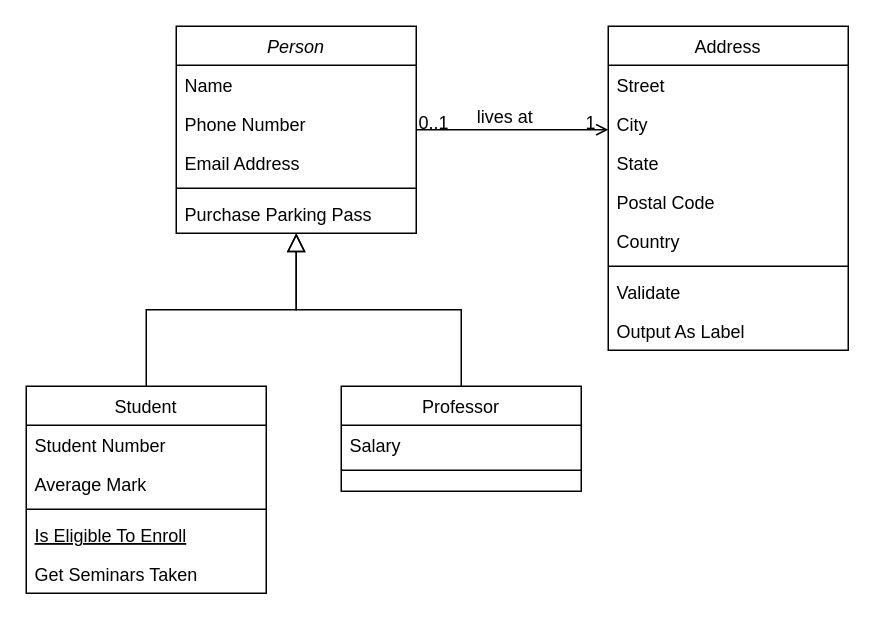
Above: Untitled Diagram.drawio in ShreyasR26/Sports_Analytics (draw.io), before the change. Source tidied: cells renumbered, new cells numbered last; positions are measured from the earlier drawing's top-left corner, leaving out a move shared by most shapes. Both pictures are drawn from the tidied source at 150%, with x=0, y=0 at pixel (26, 26).
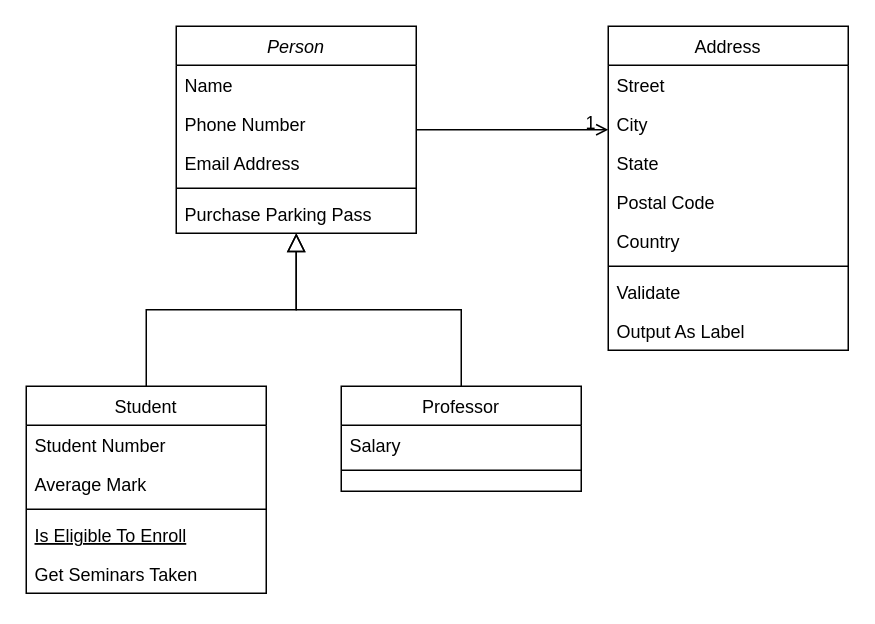
The same diagram, later.

Unchanged cells that the change refers to:
```xml
<mxCell id="28" style="endArrow=open;shadow=0;strokeWidth=1;rounded=0;curved=0;endFill=1;edgeStyle=elbowEdgeStyle;elbow=vertical;" parent="1" edge="1" source="2" target="19">
  <mxGeometry x="0.5" y="41" relative="1" as="geometry">
    <mxPoint x="-40" y="32" as="offset" />
  </mxGeometry>
</mxCell>
```

What changed in the source:
```diff
@@
-    <mxCell id="29" value="0..1" style="align=left;verticalAlign=bottom;labelBackgroundColor=none;fontSize=12;" parent="28" vertex="1">
-      <mxGeometry x="-1" relative="1" as="geometry">
-        <mxPoint y="4" as="offset" />
-      </mxGeometry>
-    </mxCell>
@@
-    <mxCell id="31" value="lives at" style="text;html=1;align=center;verticalAlign=middle;labelBackgroundColor=none;rounded=0;shadow=0;strokeWidth=1;fontSize=12;" parent="28" vertex="1">
-      <mxGeometry x="0.5" y="49" relative="1" as="geometry">
-        <mxPoint x="-38" y="40" as="offset" />
-      </mxGeometry>
-    </mxCell>
```
